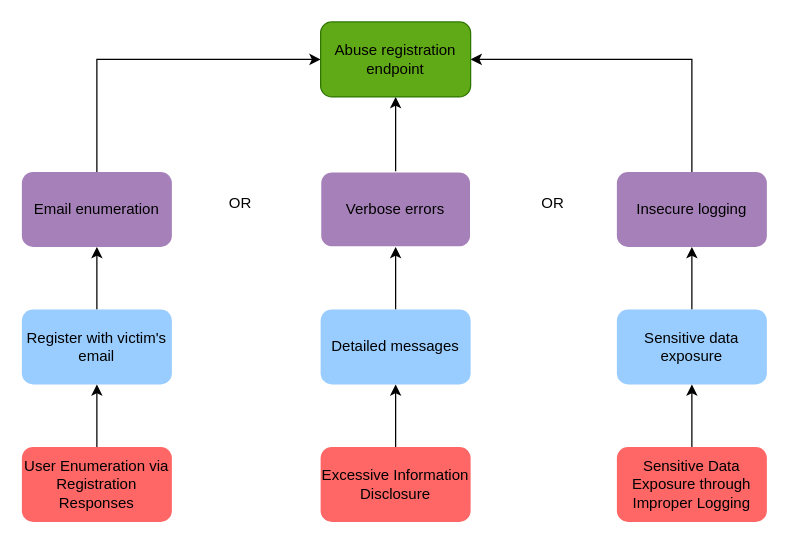
Earlier version of the draw.io diagram docs/attack-trees/diogo1221223/Register_Unauthenticated_User-v2.drawio (mei-desofs/desofs2026-thu_crr_1). Source tidied: cells renumbered, new cells numbered last; positions are measured from the earlier drawing's top-left corner, leaving out a move shared by most shapes. Both pictures are drawn from the tidied source at 125%, with x=0, y=0 at pixel (21, 21).
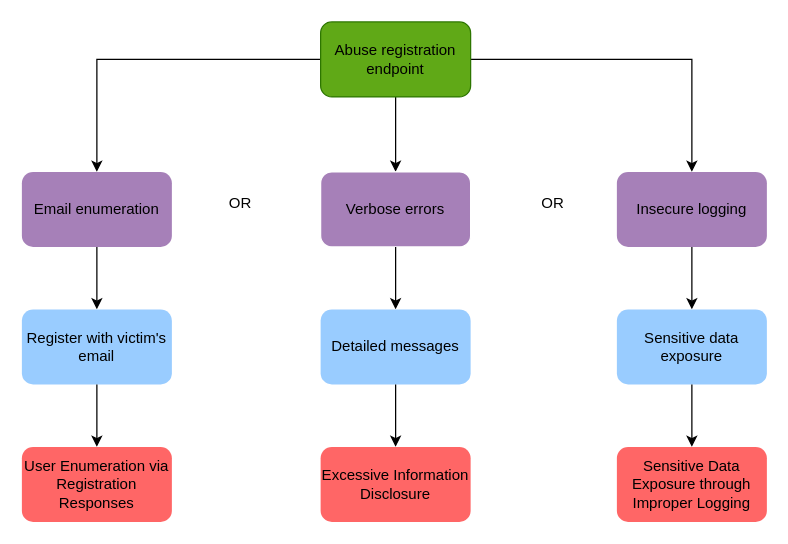
Above is the later version.

The change refers to these unchanged cells:
```xml
<mxCell id="6" value="Abuse registration endpoint" style="rounded=1;whiteSpace=wrap;html=1;fillColor=#60a917;strokeColor=#2D7600;fontColor=light-dark(#000000,#000000);" parent="1" vertex="1">
  <mxGeometry x="239" width="120" height="60" as="geometry" />
</mxCell>
<mxCell id="7" value="Email enumeration" style="rounded=1;whiteSpace=wrap;html=1;fillColor=#A680B8;strokeColor=none;fontColor=light-dark(#000000,#000000);" parent="1" vertex="1">
  <mxGeometry y="120" width="120" height="60" as="geometry" />
</mxCell>
<mxCell id="8" value="Verbose errors" style="rounded=1;whiteSpace=wrap;html=1;fillColor=#A680B8;strokeColor=#FFFFFF;fontColor=light-dark(#000000,#000000);" parent="1" vertex="1">
  <mxGeometry x="239" y="120" width="120" height="60" as="geometry" />
</mxCell>
<mxCell id="9" value="Insecure logging" style="rounded=1;whiteSpace=wrap;html=1;fillColor=#A680B8;strokeColor=none;fontColor=light-dark(#000000,#000000);" parent="1" vertex="1">
  <mxGeometry x="476" y="120" width="120" height="60" as="geometry" />
</mxCell>
<mxCell id="10" value="&lt;div style=&quot;&quot;&gt;Register with victim's email&lt;/div&gt;" style="rounded=1;whiteSpace=wrap;html=1;fillColor=#99CCFF;align=center;strokeColor=none;fontColor=light-dark(#000000,#000000);" parent="1" vertex="1">
  <mxGeometry y="230" width="120" height="60" as="geometry" />
</mxCell>
<mxCell id="14" value="Detailed messages" style="rounded=1;whiteSpace=wrap;html=1;fillColor=#99CCFF;align=center;strokeColor=none;fontColor=light-dark(#000000,#000000);" parent="1" vertex="1">
  <mxGeometry x="239" y="230" width="120" height="60" as="geometry" />
</mxCell>
<mxCell id="16" value="Sensitive data exposure" style="rounded=1;whiteSpace=wrap;html=1;fillColor=#99CCFF;align=center;strokeColor=none;fontColor=light-dark(#000000,#000000);" parent="1" vertex="1">
  <mxGeometry x="476" y="230" width="120" height="60" as="geometry" />
</mxCell>
<mxCell id="18" value="User Enumeration via Registration Responses" style="rounded=1;whiteSpace=wrap;html=1;fillColor=#FF6666;strokeColor=none;fontColor=light-dark(#000000,#000000);" parent="1" vertex="1">
  <mxGeometry y="340" width="120" height="60" as="geometry" />
</mxCell>
<mxCell id="20" value="Excessive Information Disclosure" style="rounded=1;whiteSpace=wrap;html=1;fillColor=#FF6666;strokeColor=none;fontColor=light-dark(#000000,#000000);" parent="1" vertex="1">
  <mxGeometry x="239" y="340" width="120" height="60" as="geometry" />
</mxCell>
<mxCell id="22" value="Sensitive Data Exposure through Improper Logging" style="rounded=1;whiteSpace=wrap;html=1;fillColor=#FF6666;strokeColor=none;fontColor=light-dark(#000000,#000000);" parent="1" vertex="1">
  <mxGeometry x="476" y="340" width="120" height="60" as="geometry" />
</mxCell>
```

What changed in the source:
```diff
@@
-    <mxCell id="2" style="edgeStyle=orthogonalEdgeStyle;rounded=0;jettySize=auto;html=1;exitX=0.5;exitY=0;exitDx=0;exitDy=0;entryX=0;entryY=0.5;entryDx=0;entryDy=0;fontColor=light-dark(#000000,#000000);" parent="1" edge="1" source="7" target="6">
+    <mxCell id="2" style="edgeStyle=orthogonalEdgeStyle;rounded=0;jettySize=auto;html=1;exitX=0.5;exitY=0;exitDx=0;exitDy=0;entryX=0;entryY=0.5;entryDx=0;entryDy=0;fontColor=light-dark(#000000,#000000);startArrow=classic;startFill=1;endArrow=none;endFill=0;" parent="1" edge="1" source="7" target="6">
       <mxGeometry relative="1" as="geometry">
         <Array as="points">
           <mxPoint x="60" y="30" />
         </Array>
       </mxGeometry>
     </mxCell>
-    <mxCell id="3" style="edgeStyle=orthogonalEdgeStyle;rounded=0;jettySize=auto;html=1;exitX=0.5;exitY=0;exitDx=0;exitDy=0;entryX=0.5;entryY=1;entryDx=0;entryDy=0;fontColor=light-dark(#000000,#000000);" parent="1" edge="1" source="8" target="6">
+    <mxCell id="3" style="edgeStyle=orthogonalEdgeStyle;rounded=0;jettySize=auto;html=1;exitX=0.5;exitY=0;exitDx=0;exitDy=0;entryX=0.5;entryY=1;entryDx=0;entryDy=0;fontColor=light-dark(#000000,#000000);startArrow=classic;startFill=1;endArrow=none;endFill=0;" parent="1" edge="1" source="8" target="6">
       <mxGeometry relative="1" as="geometry" />
     </mxCell>
-    <mxCell id="4" style="edgeStyle=orthogonalEdgeStyle;rounded=0;jettySize=auto;html=1;exitX=0.5;exitY=0;exitDx=0;exitDy=0;entryX=1;entryY=0.5;entryDx=0;entryDy=0;fontColor=light-dark(#000000,#000000);" parent="1" edge="1" source="9" target="6">
+    <mxCell id="4" style="edgeStyle=orthogonalEdgeStyle;rounded=0;jettySize=auto;html=1;exitX=0.5;exitY=0;exitDx=0;exitDy=0;entryX=1;entryY=0.5;entryDx=0;entryDy=0;fontColor=light-dark(#000000,#000000);startArrow=classic;startFill=1;endArrow=none;endFill=0;" parent="1" edge="1" source="9" target="6">
       <mxGeometry relative="1" as="geometry" />
     </mxCell>
-    <mxCell id="5" style="edgeStyle=orthogonalEdgeStyle;rounded=0;jettySize=auto;html=1;exitX=0.5;exitY=0;exitDx=0;exitDy=0;fontColor=light-dark(#000000,#000000);" parent="1" edge="1" source="10">
+    <mxCell id="5" style="edgeStyle=orthogonalEdgeStyle;rounded=0;jettySize=auto;html=1;exitX=0.5;exitY=0;exitDx=0;exitDy=0;fontColor=light-dark(#000000,#000000);startArrow=classic;startFill=1;endArrow=none;endFill=0;" parent="1" edge="1" source="10">
       <mxGeometry relative="1" as="geometry">
         <mxPoint x="60" y="180" as="targetPoint" />
         <Array as="points">
           <mxPoint x="60" y="220" />
           <mxPoint x="60" y="220" />
         </Array>
       </mxGeometry>
     </mxCell>
@@
-    <mxCell id="13" style="edgeStyle=orthogonalEdgeStyle;rounded=0;jettySize=auto;html=1;exitX=0.5;exitY=0;exitDx=0;exitDy=0;fontColor=light-dark(#000000,#000000);" parent="1" edge="1" source="14">
+    <mxCell id="13" style="edgeStyle=orthogonalEdgeStyle;rounded=0;jettySize=auto;html=1;exitX=0.5;exitY=0;exitDx=0;exitDy=0;fontColor=light-dark(#000000,#000000);startArrow=classic;startFill=1;endArrow=none;endFill=0;" parent="1" edge="1" source="14">
       <mxGeometry relative="1" as="geometry">
         <mxPoint x="299" y="180" as="targetPoint" />
         <Array as="points">
           <mxPoint x="299" y="220" />
           <mxPoint x="299" y="220" />
         </Array>
       </mxGeometry>
     </mxCell>
@@
-    <mxCell id="15" style="edgeStyle=orthogonalEdgeStyle;rounded=0;jettySize=auto;html=1;exitX=0.5;exitY=0;exitDx=0;exitDy=0;fontColor=light-dark(#000000,#000000);" parent="1" edge="1" source="16">
+    <mxCell id="15" style="edgeStyle=orthogonalEdgeStyle;rounded=0;jettySize=auto;html=1;exitX=0.5;exitY=0;exitDx=0;exitDy=0;fontColor=light-dark(#000000,#000000);startArrow=classic;startFill=1;endArrow=none;endFill=0;" parent="1" edge="1" source="16">
       <mxGeometry relative="1" as="geometry">
         <mxPoint x="536" y="180" as="targetPoint" />
         <Array as="points">
           <mxPoint x="536" y="220" />
           <mxPoint x="536" y="220" />
         </Array>
       </mxGeometry>
     </mxCell>
@@
-    <mxCell id="17" style="edgeStyle=orthogonalEdgeStyle;rounded=0;jettySize=auto;html=1;" parent="1" edge="1" source="18" target="10">
+    <mxCell id="17" style="edgeStyle=orthogonalEdgeStyle;rounded=0;jettySize=auto;html=1;startArrow=classic;startFill=1;endArrow=none;endFill=0;" parent="1" edge="1" source="18" target="10">
       <mxGeometry relative="1" as="geometry" />
     </mxCell>
@@
-    <mxCell id="19" style="edgeStyle=orthogonalEdgeStyle;rounded=0;jettySize=auto;html=1;" parent="1" edge="1" source="20" target="14">
+    <mxCell id="19" style="edgeStyle=orthogonalEdgeStyle;rounded=0;jettySize=auto;html=1;startArrow=classic;startFill=1;endArrow=none;endFill=0;" parent="1" edge="1" source="20" target="14">
       <mxGeometry relative="1" as="geometry" />
     </mxCell>
@@
-    <mxCell id="21" style="edgeStyle=orthogonalEdgeStyle;rounded=0;jettySize=auto;html=1;" parent="1" edge="1" source="22" target="16">
+    <mxCell id="21" style="edgeStyle=orthogonalEdgeStyle;rounded=0;jettySize=auto;html=1;startArrow=classic;startFill=1;endArrow=none;endFill=0;" parent="1" edge="1" source="22" target="16">
       <mxGeometry relative="1" as="geometry" />
     </mxCell>
```
